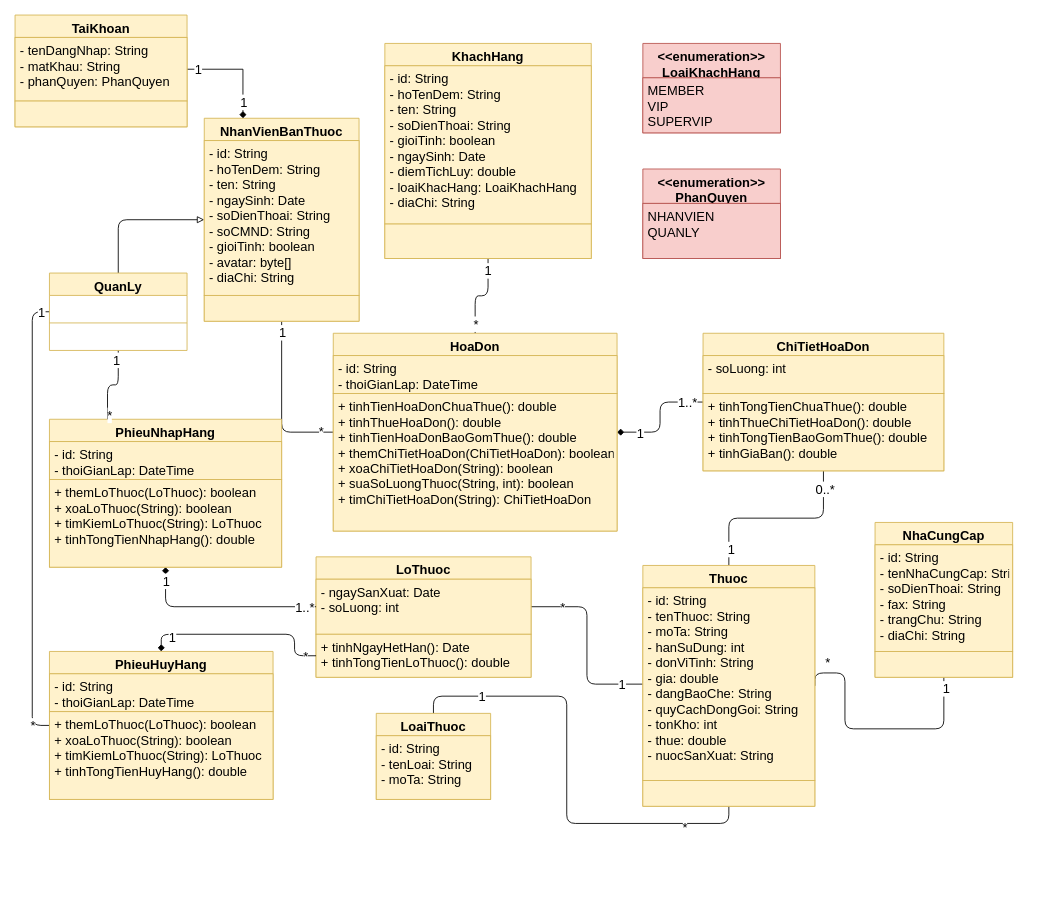
duchoan6814/Truong-Duc-Hoan keeps this draw.io diagram as phamarcy_class_diagram.drawio. Above is the earlier version. Source tidied: cells renumbered, new cells numbered last; positions are measured from the earlier drawing's top-left corner, leaving out a move shared by most shapes. Both pictures are drawn from the tidied source at 86%, with x=0, y=0 at pixel (15, 15).
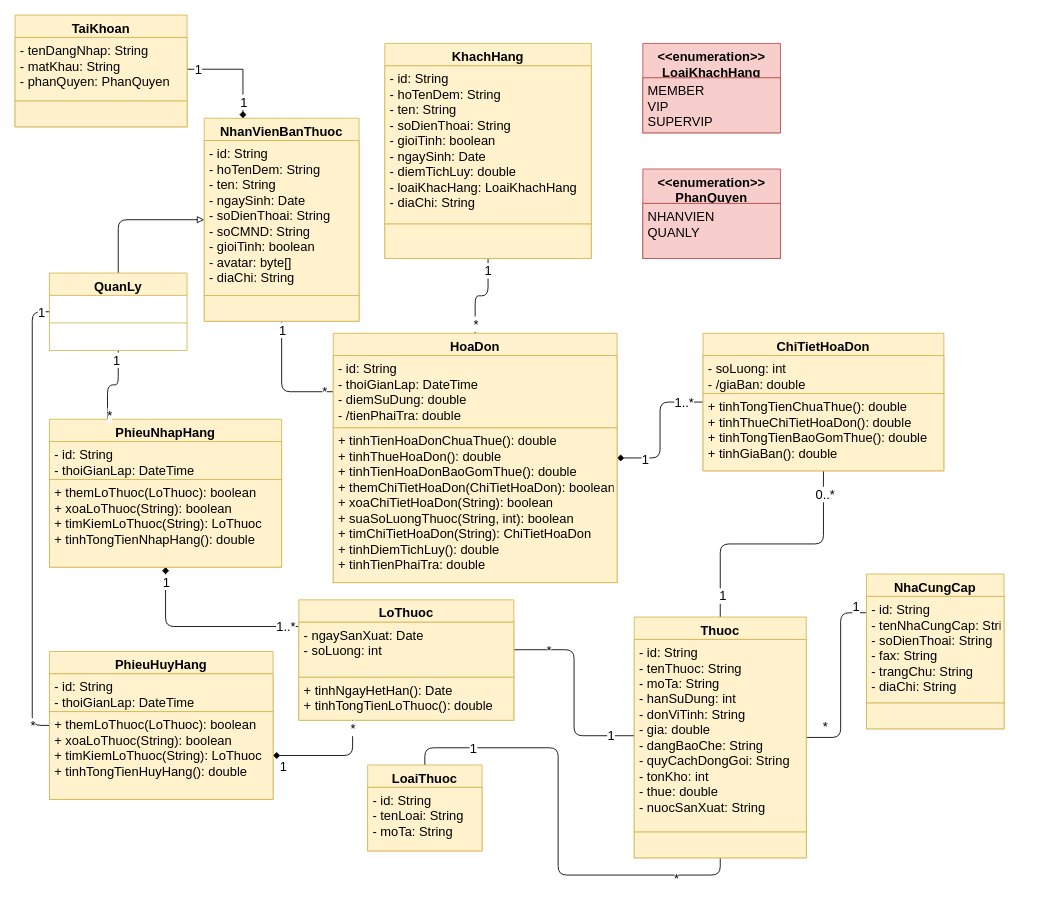
Above is the later version.

The change refers to these unchanged cells:
```xml
<mxCell id="28" value="- ngaySanXuat: Date&#10;- soLuong: int" style="text;strokeColor=#d6b656;fillColor=#fff2cc;align=left;verticalAlign=top;spacingLeft=4;spacingRight=4;overflow=hidden;points=[[0,0.5],[1,0.5]];portConstraint=eastwest;fontSize=15;" parent="27" vertex="1">
  <mxGeometry y="26" width="250" height="64" as="geometry" />
</mxCell>
<mxCell id="29" value="+ tinhNgayHetHan(): Date&#10;+ tinhTongTienLoThuoc(): double" style="text;strokeColor=#d6b656;fillColor=#fff2cc;align=left;verticalAlign=top;spacingLeft=4;spacingRight=4;overflow=hidden;points=[[0,0.5],[1,0.5]];portConstraint=eastwest;fontSize=15;" parent="27" vertex="1">
  <mxGeometry y="90" width="250" height="50" as="geometry" />
</mxCell>
<mxCell id="33" value="PhieuNhapHang" style="swimlane;fontStyle=1;align=center;verticalAlign=top;horizontal=1;startSize=26;fillColor=#fff2cc;strokeColor=#d6b656;fontSize=15;" parent="1" vertex="1">
  <mxGeometry x="40" y="470" width="270" height="172" as="geometry" />
</mxCell>
<mxCell id="45" value="NhanVienBanThuoc" style="swimlane;fontStyle=1;align=center;verticalAlign=top;horizontal=1;startSize=26;fillColor=#fff2cc;strokeColor=#d6b656;fontSize=15;" parent="1" vertex="1">
  <mxGeometry x="220" y="120" width="180" height="236" as="geometry" />
</mxCell>
<mxCell id="48" value="PhieuHuyHang" style="swimlane;fontStyle=1;align=center;verticalAlign=top;horizontal=1;startSize=26;fillColor=#fff2cc;strokeColor=#d6b656;fontSize=15;" parent="1" vertex="1">
  <mxGeometry x="40" y="740" width="260" height="172" as="geometry" />
</mxCell>
<mxCell id="50" value="+ themLoThuoc(LoThuoc): boolean&#10;+ xoaLoThuoc(String): boolean&#10;+ timKiemLoThuoc(String): LoThuoc&#10;+ tinhTongTienHuyHang(): double" style="text;strokeColor=#d6b656;fillColor=#fff2cc;align=left;verticalAlign=top;spacingLeft=4;spacingRight=4;overflow=hidden;points=[[0,0.5],[1,0.5]];portConstraint=eastwest;fontSize=15;" parent="48" vertex="1">
  <mxGeometry y="70" width="260" height="102" as="geometry" />
</mxCell>
<mxCell id="67" value="ChiTietHoaDon" style="swimlane;fontStyle=1;align=center;verticalAlign=top;horizontal=1;startSize=26;fillColor=#fff2cc;strokeColor=#d6b656;fontSize=15;" parent="1" vertex="1">
  <mxGeometry x="800" y="370" width="280" height="160" as="geometry" />
</mxCell>
<mxCell id="72" style="rounded=0;whiteSpace=wrap;html=1;fillColor=#fff2cc;strokeColor=#d6b656;fontSize=15;" parent="70" vertex="1">
  <mxGeometry y="150" width="160" height="30" as="geometry" />
</mxCell>
```

Diff of the diagram source:
```diff
@@
-    <mxCell id="5" style="edgeStyle=orthogonalEdgeStyle;rounded=1;jettySize=auto;html=1;entryX=1;entryY=0.5;entryDx=0;entryDy=0;endArrow=none;endFill=0;exitX=0.5;exitY=1;exitDx=0;exitDy=0;fontSize=15;" parent="1" edge="1" source="72" target="64">
+    <mxCell id="5" style="edgeStyle=orthogonalEdgeStyle;rounded=1;jettySize=auto;html=1;entryX=1;entryY=0.5;entryDx=0;entryDy=0;endArrow=none;endFill=0;exitX=0;exitY=0.25;exitDx=0;exitDy=0;fontSize=15;" parent="1" edge="1" source="70" target="64">
       <mxGeometry relative="1" as="geometry">
         <Array as="points">
-          <mxPoint x="1080" y="830" />
-          <mxPoint x="965" y="830" />
-          <mxPoint x="965" y="765" />
+          <mxPoint x="960" y="695" />
+          <mxPoint x="960" y="840" />
         </Array>
       </mxGeometry>
     </mxCell>
@@
-    <mxCell id="11" style="edgeStyle=orthogonalEdgeStyle;rounded=1;jettySize=auto;html=1;exitX=0.5;exitY=1;exitDx=0;exitDy=0;entryX=0;entryY=0.5;entryDx=0;entryDy=0;endArrow=none;endFill=0;fontSize=15;" parent="1" edge="1" source="45" target="61">
+    <mxCell id="11" style="edgeStyle=orthogonalEdgeStyle;rounded=1;jettySize=auto;html=1;exitX=0.5;exitY=1;exitDx=0;exitDy=0;endArrow=none;endFill=0;fontSize=15;" parent="1" edge="1" source="45" target="62">
       <mxGeometry relative="1" as="geometry" />
     </mxCell>
@@
     <mxCell id="27" value="LoThuoc" style="swimlane;fontStyle=1;align=center;verticalAlign=top;horizontal=1;startSize=26;fillColor=#fff2cc;strokeColor=#d6b656;fontSize=15;" parent="1" vertex="1">
-      <mxGeometry x="350" y="630" width="250" height="140" as="geometry" />
+      <mxGeometry x="330" y="680" width="250" height="140" as="geometry" />
     </mxCell>
@@
-    <mxCell id="30" style="edgeStyle=orthogonalEdgeStyle;rounded=1;jettySize=auto;html=1;exitX=0.5;exitY=1;exitDx=0;exitDy=0;entryX=0;entryY=0.5;entryDx=0;entryDy=0;startArrow=diamond;startFill=1;endArrow=none;endFill=0;fontSize=15;" parent="1" edge="1" source="33" target="28">
+    <mxCell id="30" style="edgeStyle=orthogonalEdgeStyle;rounded=1;jettySize=auto;html=1;exitX=0.5;exitY=1;exitDx=0;exitDy=0;entryX=-0.004;entryY=0.078;entryDx=0;entryDy=0;startArrow=diamond;startFill=1;endArrow=none;endFill=0;fontSize=15;entryPerimeter=0;" parent="1" edge="1" source="33" target="28">
       <mxGeometry relative="1" as="geometry" />
     </mxCell>
@@
-    <mxCell id="39" style="edgeStyle=orthogonalEdgeStyle;rounded=1;jettySize=auto;html=1;exitX=0.5;exitY=0;exitDx=0;exitDy=0;entryX=0;entryY=0.5;entryDx=0;entryDy=0;startArrow=diamond;startFill=1;endArrow=none;endFill=0;fontSize=15;" parent="1" edge="1" source="48" target="29">
+    <mxCell id="39" style="edgeStyle=orthogonalEdgeStyle;rounded=1;jettySize=auto;html=1;exitX=1;exitY=0.5;exitDx=0;exitDy=0;entryX=0.25;entryY=1;entryDx=0;entryDy=0;startArrow=diamond;startFill=1;endArrow=none;endFill=0;fontSize=15;" parent="1" edge="1" source="50" target="27">
       <mxGeometry relative="1" as="geometry" />
     </mxCell>
@@
     <mxCell id="59" value="LoaiThuoc" style="swimlane;fontStyle=1;align=center;verticalAlign=top;horizontal=1;startSize=26;fillColor=#fff2cc;strokeColor=#d6b656;fontSize=15;" parent="1" vertex="1">
-      <mxGeometry x="420" y="812" width="133" height="100" as="geometry" />
+      <mxGeometry x="410" y="872" width="133" height="100" as="geometry" />
     </mxCell>
@@
     <mxCell id="61" value="HoaDon" style="swimlane;fontStyle=1;align=center;verticalAlign=top;horizontal=1;startSize=26;fillColor=#fff2cc;strokeColor=#d6b656;fontSize=15;" parent="1" vertex="1">
-      <mxGeometry x="370" y="370" width="330" height="230" as="geometry" />
+      <mxGeometry x="370" y="370" width="330" height="290" as="geometry" />
     </mxCell>
-    <mxCell id="62" value="- id: String&#10;- thoiGianLap: DateTime" style="text;strokeColor=#d6b656;fillColor=#fff2cc;align=left;verticalAlign=top;spacingLeft=4;spacingRight=4;overflow=hidden;points=[[0,0.5],[1,0.5]];portConstraint=eastwest;fontSize=15;" parent="61" vertex="1">
-      <mxGeometry y="26" width="330" height="44" as="geometry" />
+    <mxCell id="62" value="- id: String&#10;- thoiGianLap: DateTime&#10;- diemSuDung: double&#10;- /tienPhaiTra: double" style="text;strokeColor=#d6b656;fillColor=#fff2cc;align=left;verticalAlign=top;spacingLeft=4;spacingRight=4;overflow=hidden;points=[[0,0.5],[1,0.5]];portConstraint=eastwest;fontSize=15;" parent="61" vertex="1">
+      <mxGeometry y="26" width="330" height="84" as="geometry" />
     </mxCell>
-    <mxCell id="63" value="+ tinhTienHoaDonChuaThue(): double&#10;+ tinhThueHoaDon(): double&#10;+ tinhTienHoaDonBaoGomThue(): double&#10;+ themChiTietHoaDon(ChiTietHoaDon): boolean&#10;+ xoaChiTietHoaDon(String): boolean&#10;+ suaSoLuongThuoc(String, int): boolean&#10;+ timChiTietHoaDon(String): ChiTietHoaDon" style="text;strokeColor=#d6b656;fillColor=#fff2cc;align=left;verticalAlign=top;spacingLeft=4;spacingRight=4;overflow=hidden;fontSize=15;" parent="61" vertex="1">
-      <mxGeometry y="70" width="330" height="160" as="geometry" />
+    <mxCell id="63" value="+ tinhTienHoaDonChuaThue(): double&#10;+ tinhThueHoaDon(): double&#10;+ tinhTienHoaDonBaoGomThue(): double&#10;+ themChiTietHoaDon(ChiTietHoaDon): boolean&#10;+ xoaChiTietHoaDon(String): boolean&#10;+ suaSoLuongThuoc(String, int): boolean&#10;+ timChiTietHoaDon(String): ChiTietHoaDon&#10;+ tinhDiemTichLuy(): double&#10;+ tinhTienPhaiTra: double" style="text;strokeColor=#d6b656;fillColor=#fff2cc;align=left;verticalAlign=top;spacingLeft=4;spacingRight=4;overflow=hidden;fontSize=15;" parent="61" vertex="1">
+      <mxGeometry y="110" width="330" height="180" as="geometry" />
     </mxCell>
     <mxCell id="64" value="Thuoc" style="swimlane;fontStyle=1;align=center;verticalAlign=top;horizontal=1;startSize=26;fillColor=#fff2cc;strokeColor=#d6b656;fontSize=15;" parent="1" vertex="1">
-      <mxGeometry x="730" y="640" width="200" height="280" as="geometry" />
+      <mxGeometry x="720" y="700" width="200" height="280" as="geometry" />
     </mxCell>
@@
-    <mxCell id="68" value="- soLuong: int" style="text;strokeColor=#d6b656;fillColor=#fff2cc;align=left;verticalAlign=top;spacingLeft=4;spacingRight=4;overflow=hidden;fontSize=15;" parent="67" vertex="1">
+    <mxCell id="68" value="- soLuong: int&#10;- /giaBan: double" style="text;strokeColor=#d6b656;fillColor=#fff2cc;align=left;verticalAlign=top;spacingLeft=4;spacingRight=4;overflow=hidden;fontSize=15;" parent="67" vertex="1">
       <mxGeometry y="26" width="280" height="44" as="geometry" />
     </mxCell>
@@
     <mxCell id="70" value="NhaCungCap" style="swimlane;fontStyle=1;align=center;verticalAlign=top;horizontal=1;startSize=26;fillColor=#fff2cc;strokeColor=#d6b656;fontSize=15;" parent="1" vertex="1">
-      <mxGeometry x="1000" y="590" width="160" height="180" as="geometry" />
+      <mxGeometry x="990" y="650" width="160" height="180" as="geometry" />
     </mxCell>
```
